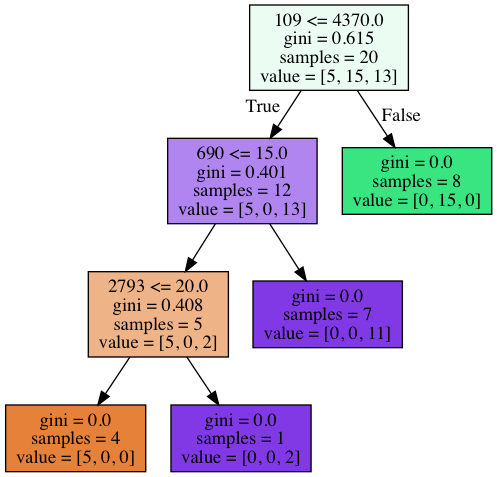
The Graphviz diagram analysis/ec2/1_outputs/rf_trees/tree_7.png in swkang73/ecig, before a commit. Its source is kept beside it as analysis/ec2/1_outputs/rf_trees/tree_7.dot. Source of this version:
```dot
digraph Tree {
node [shape=box, style="filled", color="black"] ;
0 [label="109 <= 4370.0\ngini = 0.615\nsamples = 20\nvalue = [5, 15, 13]", fillcolor="#39e5811a"] ;
1 [label="690 <= 15.0\ngini = 0.401\nsamples = 12\nvalue = [5, 0, 13]", fillcolor="#8139e59d"] ;
0 -> 1 [labeldistance=2.5, labelangle=45, headlabel="True"] ;
2 [label="2793 <= 20.0\ngini = 0.408\nsamples = 5\nvalue = [5, 0, 2]", fillcolor="#e5813999"] ;
1 -> 2 ;
3 [label="gini = 0.0\nsamples = 4\nvalue = [5, 0, 0]", fillcolor="#e58139ff"] ;
2 -> 3 ;
4 [label="gini = 0.0\nsamples = 1\nvalue = [0, 0, 2]", fillcolor="#8139e5ff"] ;
2 -> 4 ;
5 [label="gini = 0.0\nsamples = 7\nvalue = [0, 0, 11]", fillcolor="#8139e5ff"] ;
1 -> 5 ;
6 [label="gini = 0.0\nsamples = 8\nvalue = [0, 15, 0]", fillcolor="#39e581ff"] ;
0 -> 6 [labeldistance=2.5, labelangle=-45, headlabel="False"] ;
}
```
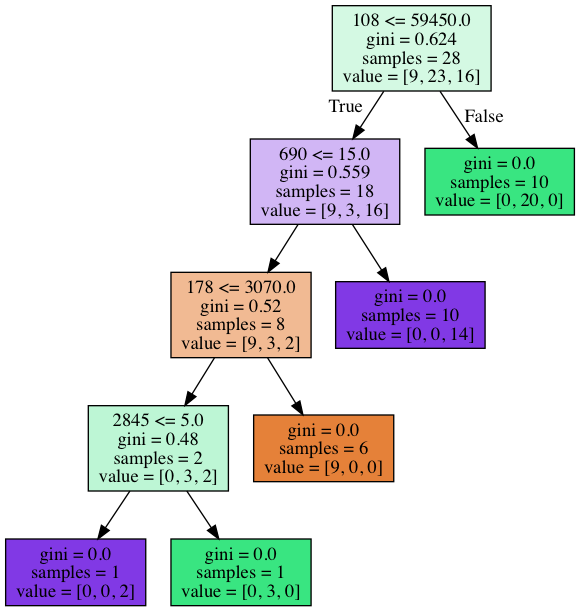
After the change.

What changed in the source:
```diff
@@ -1,16 +1,20 @@
 digraph Tree {
 node [shape=box, style="filled", color="black"] ;
-0 [label="109 <= 4370.0\ngini = 0.615\nsamples = 20\nvalue = [5, 15, 13]", fillcolor="#39e5811a"] ;
-1 [label="690 <= 15.0\ngini = 0.401\nsamples = 12\nvalue = [5, 0, 13]", fillcolor="#8139e59d"] ;
+0 [label="108 <= 59450.0\ngini = 0.624\nsamples = 28\nvalue = [9, 23, 16]", fillcolor="#39e58138"] ;
+1 [label="690 <= 15.0\ngini = 0.559\nsamples = 18\nvalue = [9, 3, 16]", fillcolor="#8139e55e"] ;
 0 -> 1 [labeldistance=2.5, labelangle=45, headlabel="True"] ;
-2 [label="2793 <= 20.0\ngini = 0.408\nsamples = 5\nvalue = [5, 0, 2]", fillcolor="#e5813999"] ;
+2 [label="178 <= 3070.0\ngini = 0.52\nsamples = 8\nvalue = [9, 3, 2]", fillcolor="#e581398b"] ;
 1 -> 2 ;
-3 [label="gini = 0.0\nsamples = 4\nvalue = [5, 0, 0]", fillcolor="#e58139ff"] ;
+3 [label="2845 <= 5.0\ngini = 0.48\nsamples = 2\nvalue = [0, 3, 2]", fillcolor="#39e58155"] ;
 2 -> 3 ;
 4 [label="gini = 0.0\nsamples = 1\nvalue = [0, 0, 2]", fillcolor="#8139e5ff"] ;
-2 -> 4 ;
-5 [label="gini = 0.0\nsamples = 7\nvalue = [0, 0, 11]", fillcolor="#8139e5ff"] ;
-1 -> 5 ;
-6 [label="gini = 0.0\nsamples = 8\nvalue = [0, 15, 0]", fillcolor="#39e581ff"] ;
-0 -> 6 [labeldistance=2.5, labelangle=-45, headlabel="False"] ;
+3 -> 4 ;
+5 [label="gini = 0.0\nsamples = 1\nvalue = [0, 3, 0]", fillcolor="#39e581ff"] ;
+3 -> 5 ;
+6 [label="gini = 0.0\nsamples = 6\nvalue = [9, 0, 0]", fillcolor="#e58139ff"] ;
+2 -> 6 ;
+7 [label="gini = 0.0\nsamples = 10\nvalue = [0, 0, 14]", fillcolor="#8139e5ff"] ;
+1 -> 7 ;
+8 [label="gini = 0.0\nsamples = 10\nvalue = [0, 20, 0]", fillcolor="#39e581ff"] ;
+0 -> 8 [labeldistance=2.5, labelangle=-45, headlabel="False"] ;
 }
```
